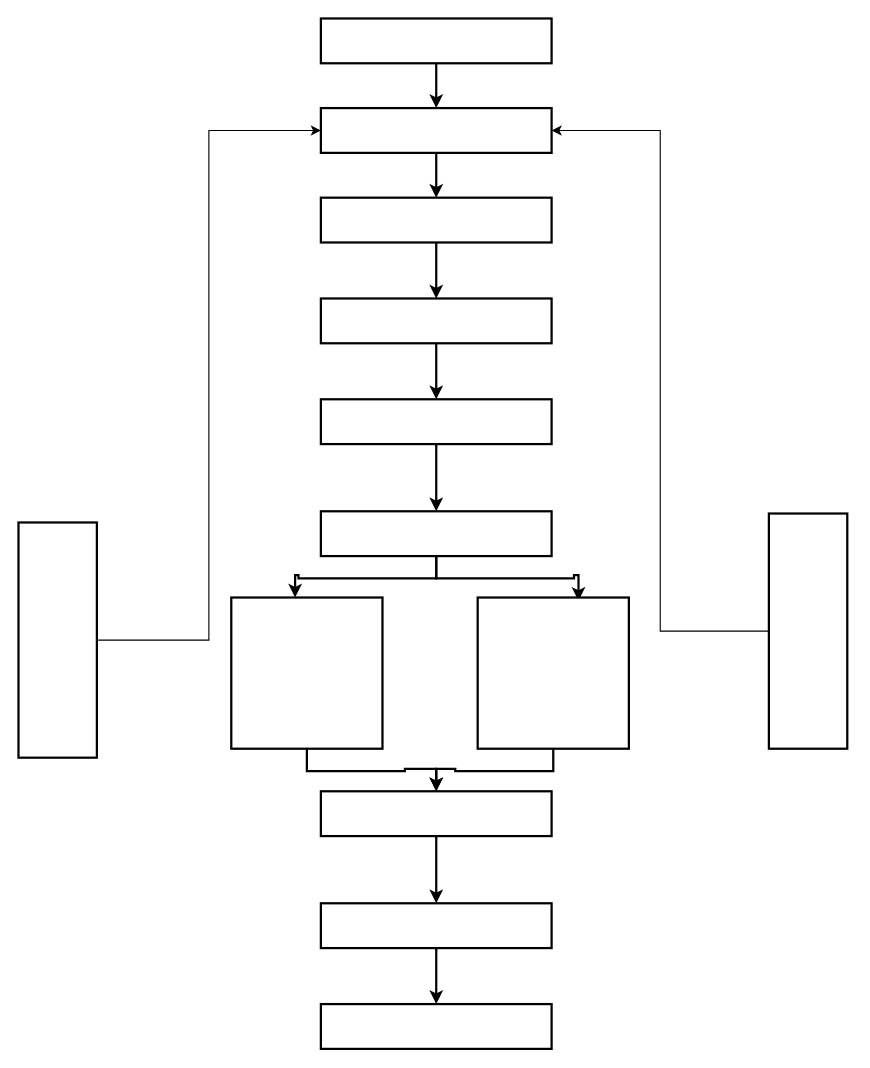
Before: Untitled Diagram.drawio in shivraaj98/eee, a draw.io diagram. Source tidied: cells renumbered, new cells numbered last; positions are measured from the earlier drawing's top-left corner, leaving out a move shared by most shapes. Both pictures are drawn from the tidied source at 112%, with x=0, y=0 at pixel (18, 18).
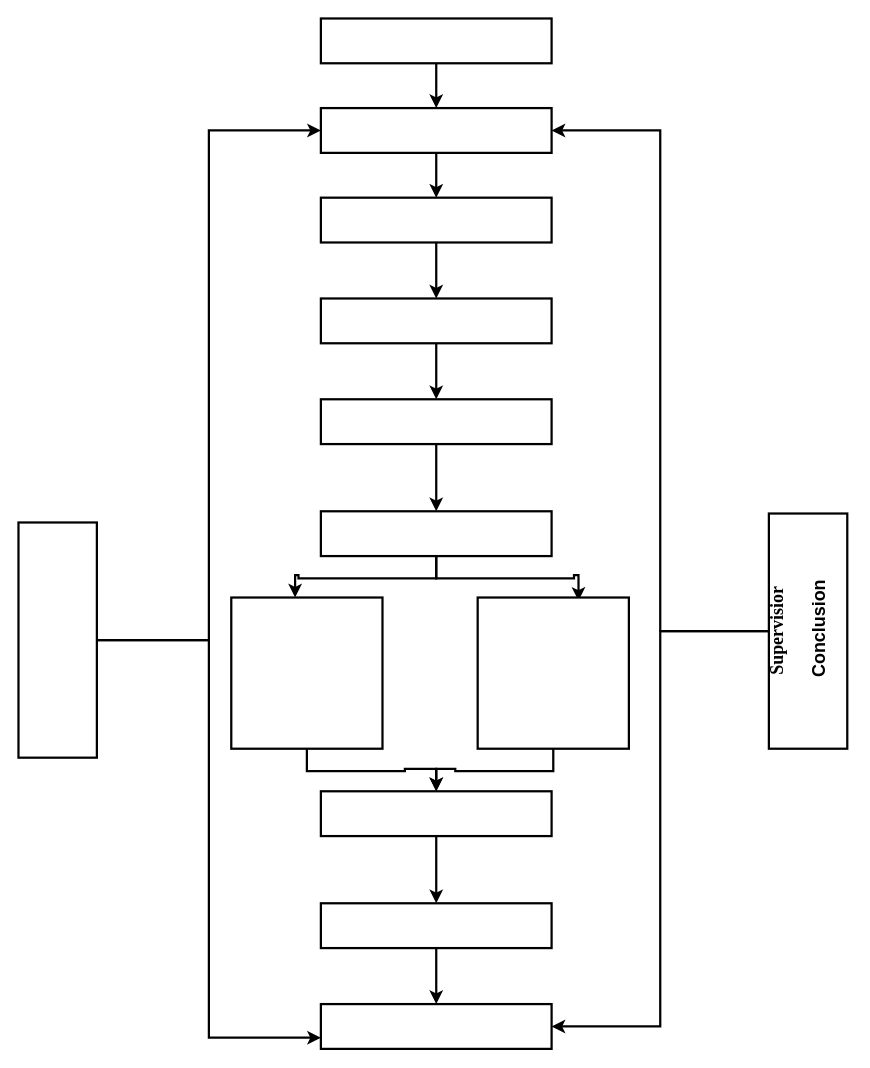
The same diagram, later.

Unchanged cells that the change refers to:
```xml
<mxCell id="4" style="rounded=0;whiteSpace=wrap;html=1;strokeWidth=2;" parent="1" vertex="1">
  <mxGeometry x="270" y="880" width="206" height="40" as="geometry" />
</mxCell>
<mxCell id="6" style="rounded=0;whiteSpace=wrap;html=1;strokeWidth=2;" parent="1" vertex="1">
  <mxGeometry x="270" y="80" width="206" height="40" as="geometry" />
</mxCell>
<mxCell id="25" style="rounded=0;whiteSpace=wrap;html=1;strokeWidth=2;" parent="1" vertex="1">
  <mxGeometry y="450" width="70" height="210" as="geometry" />
</mxCell>
```

The edit, as a diff of the source:
```diff
@@
-    <mxCell id="24" style="edgeStyle=orthogonalEdgeStyle;rounded=0;jettySize=auto;html=1;entryX=0;entryY=0.5;entryDx=0;entryDy=0;" parent="1" edge="1" source="25" target="6">
+    <mxCell id="24" style="edgeStyle=orthogonalEdgeStyle;rounded=0;jettySize=auto;html=1;entryX=0;entryY=0.5;entryDx=0;entryDy=0;strokeWidth=2;" parent="1" edge="1" source="25" target="6">
       <mxGeometry relative="1" as="geometry" />
     </mxCell>
+    <mxCell id="28" style="edgeStyle=orthogonalEdgeStyle;rounded=0;jettySize=auto;html=1;entryX=0;entryY=0.75;entryDx=0;entryDy=0;strokeWidth=2;" parent="1" edge="1" source="25" target="4">
+      <mxGeometry relative="1" as="geometry" />
+    </mxCell>
@@
-    <mxCell id="26" style="edgeStyle=orthogonalEdgeStyle;rounded=0;jettySize=auto;html=1;entryX=1;entryY=0.5;entryDx=0;entryDy=0;" parent="1" edge="1" source="27" target="6">
+    <mxCell id="26" style="edgeStyle=orthogonalEdgeStyle;rounded=0;jettySize=auto;html=1;entryX=1;entryY=0.5;entryDx=0;entryDy=0;strokeWidth=2;" parent="1" edge="1" source="27" target="6">
       <mxGeometry relative="1" as="geometry" />
     </mxCell>
+    <mxCell id="29" style="edgeStyle=orthogonalEdgeStyle;rounded=0;jettySize=auto;html=1;entryX=1;entryY=0.5;entryDx=0;entryDy=0;strokeWidth=2;" parent="1" edge="1" source="27" target="4">
+      <mxGeometry relative="1" as="geometry" />
+    </mxCell>
-    <mxCell id="27" style="rounded=0;whiteSpace=wrap;html=1;strokeWidth=2;" parent="1" vertex="1">
+    <mxCell id="27" style="rounded=0;whiteSpace=wrap;html=1;strokeWidth=2;fontFamily=Times New Roman;" parent="1" vertex="1">
       <mxGeometry x="670" y="442" width="70" height="210" as="geometry" />
     </mxCell>
+    <mxCell id="30" value="&lt;h6&gt;&lt;span style=&quot;font-size: 16px;&quot;&gt;&lt;font face=&quot;Times New Roman&quot;&gt;Supervisior&amp;nbsp;&lt;/font&gt;&lt;/span&gt;&lt;/h6&gt;&lt;h6&gt;&lt;span style=&quot;font-size: 16px;&quot;&gt;&lt;font face=&quot;Z9bq7eHA2BslF8QC02er&quot;&gt;Conclusion&lt;/font&gt;&lt;/span&gt;&lt;/h6&gt;" style="text;html=1;align=center;verticalAlign=middle;whiteSpace=wrap;rounded=0;direction=south;flipV=0;rotation=-90;" parent="1" vertex="1">
+      <mxGeometry x="598.9" y="520.9" width="194" height="48.2" as="geometry" />
+    </mxCell>
```
